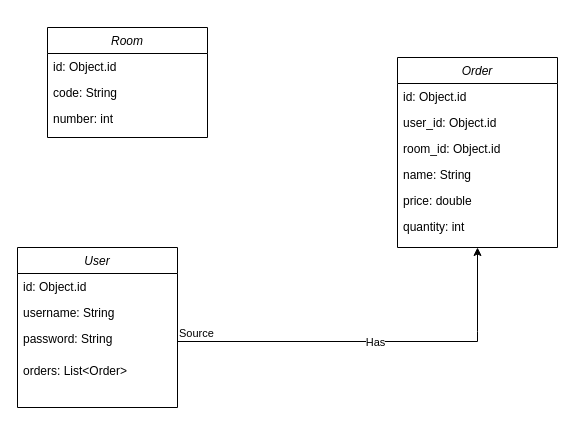
This is auto-food.drawio from MuhammadTarek10/automation-food-backend, a draw.io file, before an edit. Source tidied: cells renumbered, new cells numbered last; positions are measured from the earlier drawing's top-left corner, leaving out a move shared by most shapes. Both pictures are drawn from the tidied source at 100%, with x=0, y=0 at pixel (17, 27).
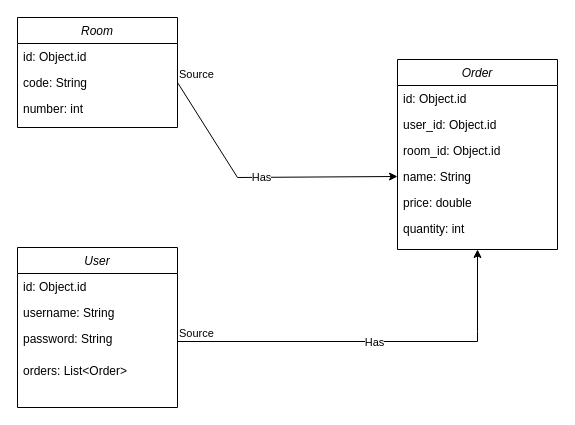
Above is the later version.

The change refers to these unchanged cells:
```xml
<mxCell id="4" value="code: String" style="text;align=left;verticalAlign=top;spacingLeft=4;spacingRight=4;overflow=hidden;points=[[0,0.5],[1,0.5]];portConstraint=eastwest;rounded=0;shadow=0;html=0;" parent="2" vertex="1">
  <mxGeometry y="52" width="160" height="26" as="geometry" />
</mxCell>
<mxCell id="15" value="name: String" style="text;align=left;verticalAlign=top;spacingLeft=4;spacingRight=4;overflow=hidden;points=[[0,0.5],[1,0.5]];portConstraint=eastwest;" parent="11" vertex="1">
  <mxGeometry y="104" width="160" height="26" as="geometry" />
</mxCell>
```

Diff of the diagram source:
```diff
@@
     <mxCell id="2" value="Room" style="swimlane;fontStyle=2;align=center;verticalAlign=top;horizontal=1;startSize=26;rounded=0;shadow=0;strokeWidth=1;" parent="1" vertex="1">
-      <mxGeometry x="30" width="160" height="110" as="geometry" />
+      <mxGeometry y="-10" width="160" height="110" as="geometry" />
     </mxCell>
@@
     <mxCell id="11" value="Order" style="swimlane;fontStyle=2;align=center;verticalAlign=top;horizontal=1;startSize=26;rounded=0;shadow=0;strokeWidth=1;" parent="1" vertex="1">
-      <mxGeometry x="380" y="30" width="160" height="190" as="geometry" />
+      <mxGeometry x="380" y="32" width="160" height="190" as="geometry" />
     </mxCell>
@@
+    <mxCell id="21" style="endArrow=classic;html=1;rounded=0;exitX=1;exitY=0.5;exitDx=0;exitDy=0;entryX=0;entryY=0.5;entryDx=0;entryDy=0;" parent="1" edge="1" source="4" target="15">
+      <mxGeometry relative="1" as="geometry">
+        <Array as="points">
+          <mxPoint x="220" y="150" />
+        </Array>
+      </mxGeometry>
+    </mxCell>
+    <mxCell id="22" value="Has" style="edgeLabel;html=1;align=center;verticalAlign=middle;" parent="21" vertex="1">
+      <mxGeometry relative="1" as="geometry" />
+    </mxCell>
+    <mxCell id="23" value="Source" style="edgeLabel;html=1;align=left;verticalAlign=bottom;" parent="21" vertex="1">
+      <mxGeometry x="-1" relative="1" as="geometry" />
+    </mxCell>
```
